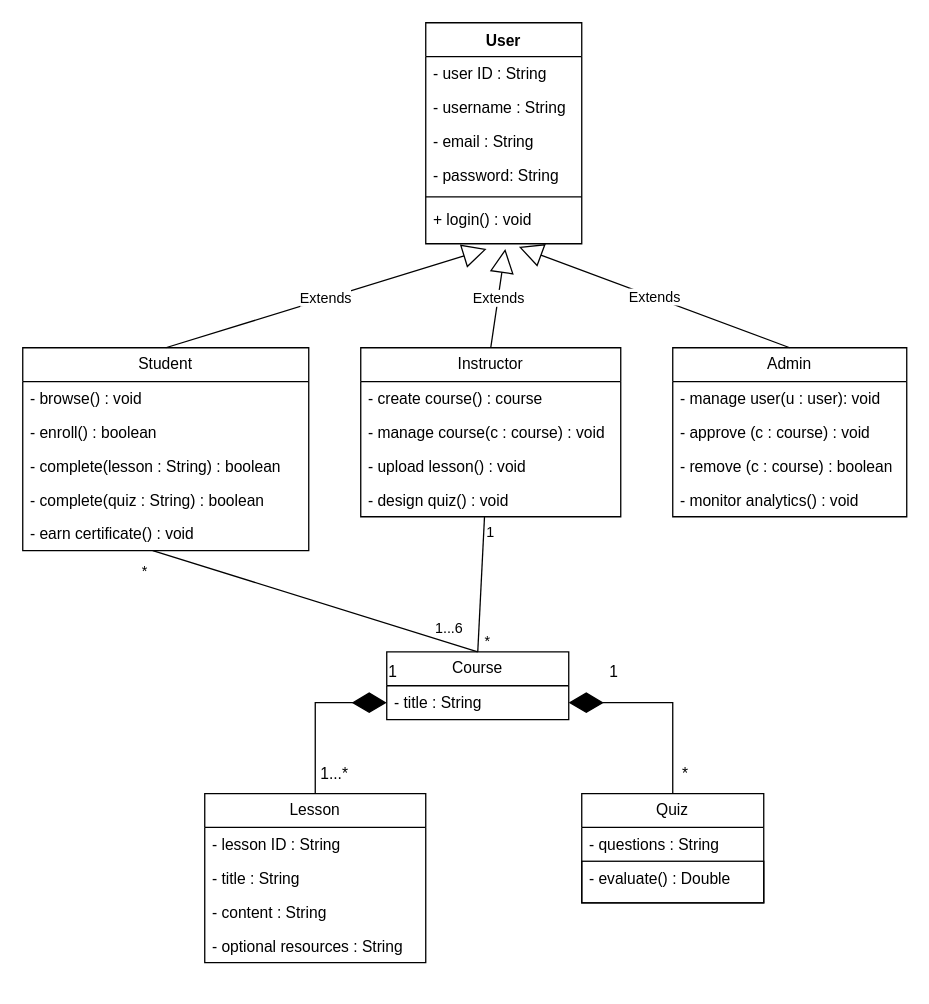
This is SkillForge UML Design/Class-Diagram.drawio from Mohab-Tantawy/-SkillForge-UML-Design, a draw.io file, before an edit. Source tidied: cells renumbered, new cells numbered last; positions are measured from the earlier drawing's top-left corner, leaving out a move shared by most shapes. Both pictures are drawn from the tidied source at 130%, with x=0, y=0 at pixel (22, 22).
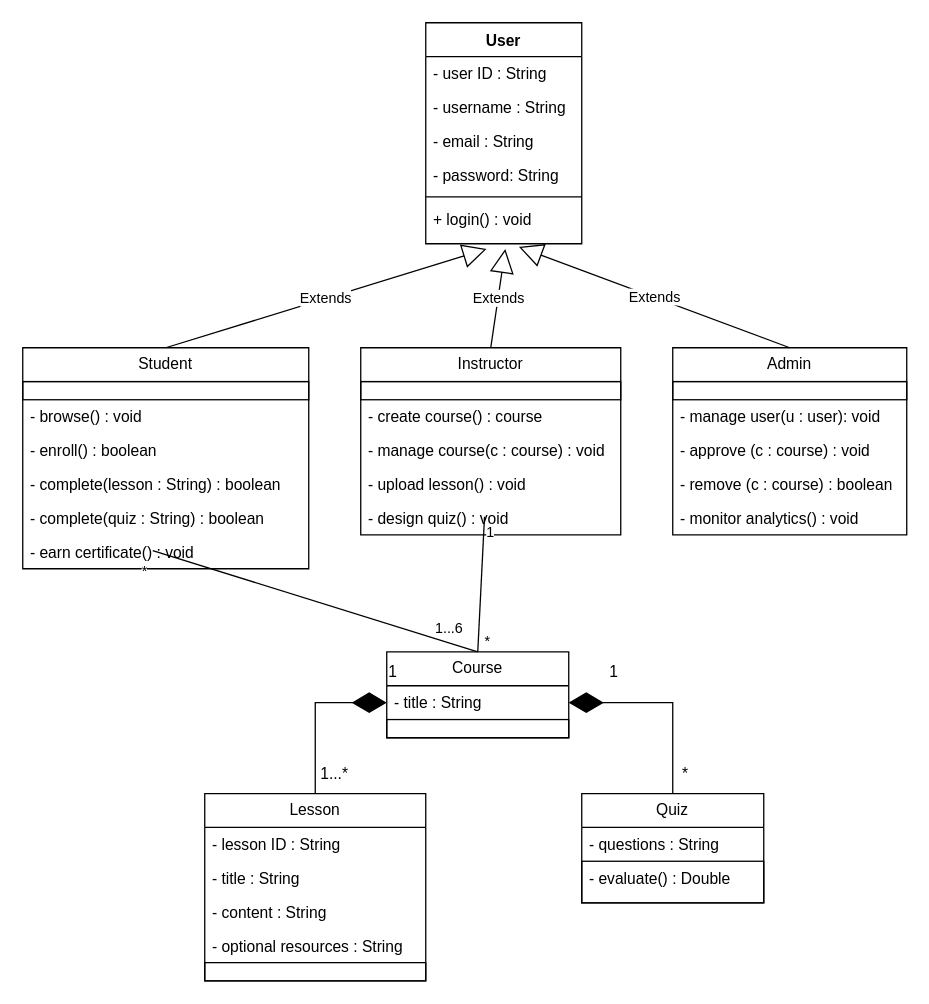
Above is the later version.

The edit, as a diff of the source:
```diff
@@
     <mxCell id="9" value="Student" style="swimlane;fontStyle=0;horizontal=1;startSize=26;fillColor=none;whiteSpace=wrap;html=1;" parent="1" vertex="1">
-      <mxGeometry y="250" width="220" height="156" as="geometry" />
+      <mxGeometry y="250" width="220" height="170" as="geometry" />
     </mxCell>
+    <mxCell id="50" style="text;strokeColor=default;fillColor=none;align=left;verticalAlign=middle;spacingTop=-1;spacingLeft=4;spacingRight=4;labelPosition=right;" parent="9" vertex="1">
+      <mxGeometry y="26" width="220" height="14" as="geometry" />
+    </mxCell>
     <mxCell id="10" value="- browse() : void" style="text;strokeColor=none;fillColor=none;align=left;verticalAlign=top;spacingLeft=4;spacingRight=4;overflow=hidden;whiteSpace=wrap;html=1;" parent="9" vertex="1">
-      <mxGeometry y="26" width="220" height="26" as="geometry" />
+      <mxGeometry y="40" width="220" height="26" as="geometry" />
     </mxCell>
     <mxCell id="11" value="- enroll() : boolean" style="text;strokeColor=none;fillColor=none;align=left;verticalAlign=top;spacingLeft=4;spacingRight=4;overflow=hidden;whiteSpace=wrap;html=1;" parent="9" vertex="1">
-      <mxGeometry y="52" width="220" height="26" as="geometry" />
+      <mxGeometry y="66" width="220" height="26" as="geometry" />
     </mxCell>
     <mxCell id="12" value="- complete(lesson : String) : boolean" style="text;strokeColor=none;fillColor=none;align=left;verticalAlign=top;spacingLeft=4;spacingRight=4;overflow=hidden;whiteSpace=wrap;html=1;" parent="9" vertex="1">
-      <mxGeometry y="78" width="220" height="26" as="geometry" />
+      <mxGeometry y="92" width="220" height="26" as="geometry" />
     </mxCell>
     <mxCell id="13" value="- complete(quiz : String) : boolean" style="text;strokeColor=none;fillColor=none;align=left;verticalAlign=top;spacingLeft=4;spacingRight=4;overflow=hidden;whiteSpace=wrap;html=1;" parent="9" vertex="1">
-      <mxGeometry y="104" width="220" height="26" as="geometry" />
+      <mxGeometry y="118" width="220" height="26" as="geometry" />
     </mxCell>
     <mxCell id="14" value="- earn certificate() : void" style="text;strokeColor=none;fillColor=none;align=left;verticalAlign=top;spacingLeft=4;spacingRight=4;overflow=hidden;whiteSpace=wrap;html=1;" parent="9" vertex="1">
-      <mxGeometry y="130" width="220" height="26" as="geometry" />
+      <mxGeometry y="144" width="220" height="26" as="geometry" />
     </mxCell>
@@
     <mxCell id="18" value="Instructor" style="swimlane;fontStyle=0;horizontal=1;startSize=26;fillColor=none;whiteSpace=wrap;html=1;" parent="1" vertex="1">
-      <mxGeometry x="260" y="250" width="200" height="130" as="geometry" />
+      <mxGeometry x="260" y="250" width="200" height="144" as="geometry" />
     </mxCell>
+    <mxCell id="51" style="text;strokeColor=default;fillColor=none;align=left;verticalAlign=middle;spacingTop=-1;spacingLeft=4;spacingRight=4;labelPosition=right;" parent="18" vertex="1">
+      <mxGeometry y="26" width="200" height="14" as="geometry" />
+    </mxCell>
     <mxCell id="19" value="- create course() : course" style="text;strokeColor=none;fillColor=none;align=left;verticalAlign=top;spacingLeft=4;spacingRight=4;overflow=hidden;whiteSpace=wrap;html=1;" parent="18" vertex="1">
-      <mxGeometry y="26" width="200" height="26" as="geometry" />
+      <mxGeometry y="40" width="200" height="26" as="geometry" />
     </mxCell>
     <mxCell id="20" value="- manage course(c : course) : void" style="text;strokeColor=none;fillColor=none;align=left;verticalAlign=top;spacingLeft=4;spacingRight=4;overflow=hidden;whiteSpace=wrap;html=1;" parent="18" vertex="1">
-      <mxGeometry y="52" width="200" height="26" as="geometry" />
+      <mxGeometry y="66" width="200" height="26" as="geometry" />
     </mxCell>
     <mxCell id="21" value="- upload lesson() : void" style="text;strokeColor=none;fillColor=none;align=left;verticalAlign=top;spacingLeft=4;spacingRight=4;overflow=hidden;whiteSpace=wrap;html=1;" parent="18" vertex="1">
-      <mxGeometry y="78" width="200" height="26" as="geometry" />
+      <mxGeometry y="92" width="200" height="26" as="geometry" />
     </mxCell>
     <mxCell id="22" value="- design quiz() : void" style="text;strokeColor=none;fillColor=none;align=left;verticalAlign=top;spacingLeft=4;spacingRight=4;overflow=hidden;whiteSpace=wrap;html=1;" parent="18" vertex="1">
-      <mxGeometry y="104" width="200" height="26" as="geometry" />
+      <mxGeometry y="118" width="200" height="26" as="geometry" />
     </mxCell>
@@
     <mxCell id="26" value="Admin" style="swimlane;fontStyle=0;horizontal=1;startSize=26;fillColor=none;whiteSpace=wrap;html=1;" parent="1" vertex="1">
-      <mxGeometry x="500" y="250" width="180" height="130" as="geometry" />
+      <mxGeometry x="500" y="250" width="180" height="144" as="geometry" />
     </mxCell>
+    <mxCell id="52" style="text;strokeColor=default;fillColor=none;align=left;verticalAlign=middle;spacingTop=-1;spacingLeft=4;spacingRight=4;labelPosition=right;" parent="26" vertex="1">
+      <mxGeometry y="26" width="180" height="14" as="geometry" />
+    </mxCell>
     <mxCell id="27" value="- manage user(u : user): void" style="text;strokeColor=none;fillColor=none;align=left;verticalAlign=top;spacingLeft=4;spacingRight=4;overflow=hidden;whiteSpace=wrap;html=1;" parent="26" vertex="1">
-      <mxGeometry y="26" width="180" height="26" as="geometry" />
+      <mxGeometry y="40" width="180" height="26" as="geometry" />
     </mxCell>
     <mxCell id="28" value="- approve (c : course) : void" style="text;strokeColor=none;fillColor=none;align=left;verticalAlign=top;spacingLeft=4;spacingRight=4;overflow=hidden;whiteSpace=wrap;html=1;" parent="26" vertex="1">
-      <mxGeometry y="52" width="180" height="26" as="geometry" />
+      <mxGeometry y="66" width="180" height="26" as="geometry" />
     </mxCell>
     <mxCell id="29" value="- remove (c : course) : boolean" style="text;strokeColor=none;fillColor=none;align=left;verticalAlign=top;spacingLeft=4;spacingRight=4;overflow=hidden;whiteSpace=wrap;html=1;" parent="26" vertex="1">
-      <mxGeometry y="78" width="180" height="26" as="geometry" />
+      <mxGeometry y="92" width="180" height="26" as="geometry" />
     </mxCell>
     <mxCell id="30" value="- monitor analytics() : void" style="text;strokeColor=none;fillColor=none;align=left;verticalAlign=top;spacingLeft=4;spacingRight=4;overflow=hidden;whiteSpace=wrap;html=1;" parent="26" vertex="1">
-      <mxGeometry y="104" width="180" height="26" as="geometry" />
+      <mxGeometry y="118" width="180" height="26" as="geometry" />
     </mxCell>
@@
     <mxCell id="34" value="Course" style="swimlane;fontStyle=0;horizontal=1;startSize=26;fillColor=none;whiteSpace=wrap;html=1;" parent="1" vertex="1">
-      <mxGeometry x="280" y="484" width="140" height="52" as="geometry" />
+      <mxGeometry x="280" y="484" width="140" height="66" as="geometry" />
     </mxCell>
@@
+    <mxCell id="53" style="text;strokeColor=default;fillColor=none;align=left;verticalAlign=middle;spacingTop=-1;spacingLeft=4;spacingRight=4;labelPosition=right;" parent="34" vertex="1">
+      <mxGeometry y="52" width="140" height="14" as="geometry" />
+    </mxCell>
     <mxCell id="36" value="Lesson" style="swimlane;fontStyle=0;horizontal=1;startSize=26;fillColor=none;whiteSpace=wrap;html=1;" parent="1" vertex="1">
-      <mxGeometry x="140" y="593" width="170" height="130" as="geometry" />
+      <mxGeometry x="140" y="593" width="170" height="144" as="geometry" />
     </mxCell>
@@
+    <mxCell id="54" style="text;strokeColor=default;fillColor=none;align=left;verticalAlign=middle;spacingTop=-1;spacingLeft=4;spacingRight=4;labelPosition=right;" parent="36" vertex="1">
+      <mxGeometry y="130" width="170" height="14" as="geometry" />
+    </mxCell>
```
